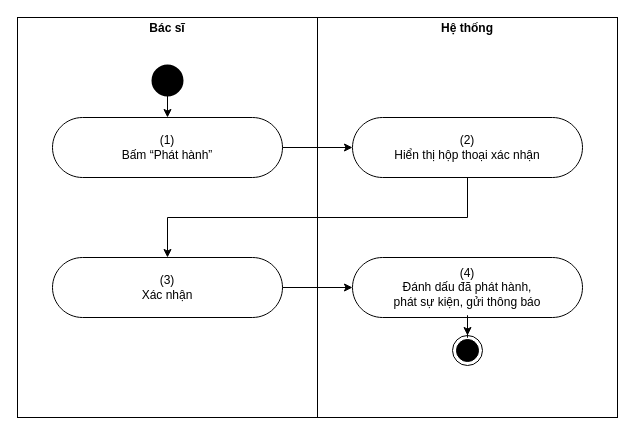
Before: page "UC 29 Release a document to the patient" (2 of 4) of docs/02-requirements/srs/dist/diagrams/10-activity-documents.drawio in viethung12062005/smart-hospital-platform, a draw.io diagram. Source tidied: cells renumbered, new cells numbered last; positions are measured from the earlier drawing's top-left corner, leaving out a move shared by most shapes. Both pictures are drawn from the tidied source at 100%, with x=0, y=0 at pixel (17, 17).
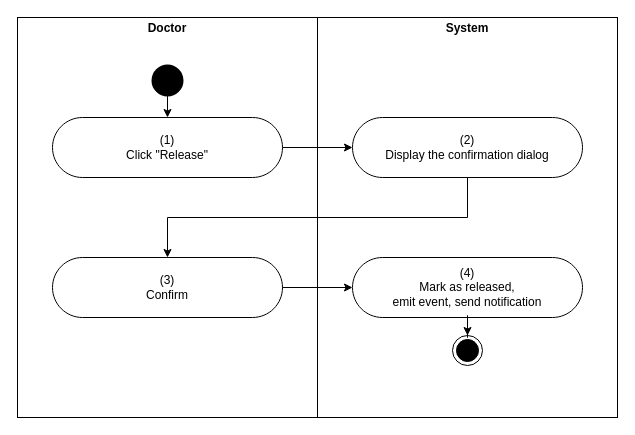
Above is the later version.

Change to the diagram source:
```diff
@@
 <mxGraphModel>
   <root>
     <mxCell id="0" />
     <mxCell id="1" parent="0" />
-    <mxCell id="2" value="&lt;p style=&quot;margin:0px;margin-top:4px;text-align:center&quot;&gt;&lt;b&gt;Bác sĩ&lt;/b&gt;&lt;/p&gt;" style="verticalAlign=top;align=left;overflow=fill;fontSize=12;fontFamily=Helvetica;html=1;rounded=0;shadow=0;strokeColor=#000000;gradientColor=none;whiteSpace=wrap;" parent="1" vertex="1">
+    <mxCell id="2" value="&lt;p style=&quot;margin:0px;margin-top:4px;text-align:center&quot;&gt;&lt;b&gt;Doctor&lt;/b&gt;&lt;/p&gt;" style="verticalAlign=top;align=left;overflow=fill;fontSize=12;fontFamily=Helvetica;html=1;rounded=0;shadow=0;strokeColor=#000000;gradientColor=none;whiteSpace=wrap;" parent="1" vertex="1">
       <mxGeometry width="300" height="400" as="geometry" />
     </mxCell>
-    <mxCell id="3" value="&lt;p style=&quot;margin:0px;margin-top:4px;text-align:center&quot;&gt;&lt;b&gt;Hệ thống&lt;/b&gt;&lt;/p&gt;" style="verticalAlign=top;align=left;overflow=fill;fontSize=12;fontFamily=Helvetica;html=1;rounded=0;shadow=0;strokeColor=#000000;gradientColor=none;whiteSpace=wrap;" parent="1" vertex="1">
+    <mxCell id="3" value="&lt;p style=&quot;margin:0px;margin-top:4px;text-align:center&quot;&gt;&lt;b&gt;System&lt;/b&gt;&lt;/p&gt;" style="verticalAlign=top;align=left;overflow=fill;fontSize=12;fontFamily=Helvetica;html=1;rounded=0;shadow=0;strokeColor=#000000;gradientColor=none;whiteSpace=wrap;" parent="1" vertex="1">
       <mxGeometry x="300" width="300" height="400" as="geometry" />
     </mxCell>
-    <mxCell id="4" value="(1)&lt;br&gt;Bấm “Phát hành”" style="html=1;dashed=0;whitespace=wrap;shape=mxgraph.dfd.start;rounded=0;shadow=0;strokeColor=#000000;gradientColor=none;whiteSpace=wrap;fontSize=12;" parent="1" vertex="1">
+    <mxCell id="4" value="(1)&lt;br&gt;Click &amp;quot;Release&amp;quot;" style="html=1;dashed=0;whitespace=wrap;shape=mxgraph.dfd.start;rounded=0;shadow=0;strokeColor=#000000;gradientColor=none;whiteSpace=wrap;fontSize=12;" parent="1" vertex="1">
       <mxGeometry x="35" y="100" width="230" height="60" as="geometry" />
     </mxCell>
-    <mxCell id="5" value="(2)&lt;br&gt;Hiển thị hộp thoại xác nhận" style="html=1;dashed=0;whitespace=wrap;shape=mxgraph.dfd.start;rounded=0;shadow=0;strokeColor=#000000;gradientColor=none;whiteSpace=wrap;fontSize=12;" parent="1" vertex="1">
+    <mxCell id="5" value="(2)&lt;br&gt;Display the confirmation dialog" style="html=1;dashed=0;whitespace=wrap;shape=mxgraph.dfd.start;rounded=0;shadow=0;strokeColor=#000000;gradientColor=none;whiteSpace=wrap;fontSize=12;" parent="1" vertex="1">
       <mxGeometry x="335" y="100" width="230" height="60" as="geometry" />
     </mxCell>
-    <mxCell id="6" value="(3)&lt;br&gt;Xác nhận" style="html=1;dashed=0;whitespace=wrap;shape=mxgraph.dfd.start;rounded=0;shadow=0;strokeColor=#000000;gradientColor=none;whiteSpace=wrap;fontSize=12;" parent="1" vertex="1">
+    <mxCell id="6" value="(3)&lt;br&gt;Confirm" style="html=1;dashed=0;whitespace=wrap;shape=mxgraph.dfd.start;rounded=0;shadow=0;strokeColor=#000000;gradientColor=none;whiteSpace=wrap;fontSize=12;" parent="1" vertex="1">
       <mxGeometry x="35" y="240" width="230" height="60" as="geometry" />
     </mxCell>
-    <mxCell id="7" value="(4)&lt;br&gt;Đánh dấu đã phát hành,&lt;br&gt;phát sự kiện, gửi thông báo" style="html=1;dashed=0;whitespace=wrap;shape=mxgraph.dfd.start;rounded=0;shadow=0;strokeColor=#000000;gradientColor=none;whiteSpace=wrap;fontSize=12;" parent="1" vertex="1">
+    <mxCell id="7" value="(4)&lt;br&gt;Mark as released,&lt;br&gt;emit event, send notification" style="html=1;dashed=0;whitespace=wrap;shape=mxgraph.dfd.start;rounded=0;shadow=0;strokeColor=#000000;gradientColor=none;whiteSpace=wrap;fontSize=12;" parent="1" vertex="1">
       <mxGeometry x="335" y="240" width="230" height="60" as="geometry" />
     </mxCell>
     <mxCell id="8" style="strokeWidth=2;html=1;shape=mxgraph.flowchart.start_2;whiteSpace=wrap;rounded=0;shadow=0;gradientColor=none;fillColor=#000000;" parent="1" vertex="1">
       <mxGeometry x="135" y="48" width="30" height="30" as="geometry" />
     </mxCell>
     <mxCell id="9" style="edgeStyle=orthogonalEdgeStyle;rounded=0;jettySize=auto;html=1;" parent="1" edge="1" source="8" target="4">
       <mxGeometry relative="1" as="geometry" />
     </mxCell>
     <mxCell id="10" style="edgeStyle=orthogonalEdgeStyle;rounded=0;jettySize=auto;html=1;" parent="1" edge="1" source="4" target="5">
       <mxGeometry relative="1" as="geometry" />
     </mxCell>
     <mxCell id="11" style="edgeStyle=orthogonalEdgeStyle;rounded=0;jettySize=auto;html=1;exitX=0.5;exitY=1;exitDx=0;exitDy=0;entryX=0.5;entryY=0;entryDx=0;entryDy=0;" parent="1" edge="1" source="5" target="6">
       <mxGeometry relative="1" as="geometry" />
     </mxCell>
     <mxCell id="12" style="edgeStyle=orthogonalEdgeStyle;rounded=0;jettySize=auto;html=1;" parent="1" edge="1" source="6" target="7">
       <mxGeometry relative="1" as="geometry" />
     </mxCell>
     <mxCell id="13" style="ellipse;html=1;shape=endState;fillColor=#000000;rounded=0;shadow=0;whiteSpace=wrap;" parent="1" vertex="1">
       <mxGeometry x="435" y="318" width="30" height="30" as="geometry" />
     </mxCell>
     <mxCell id="14" style="edgeStyle=orthogonalEdgeStyle;rounded=0;jettySize=auto;html=1;" parent="1" edge="1" source="7" target="13">
       <mxGeometry relative="1" as="geometry" />
     </mxCell>
   </root>
 </mxGraphModel>
```
